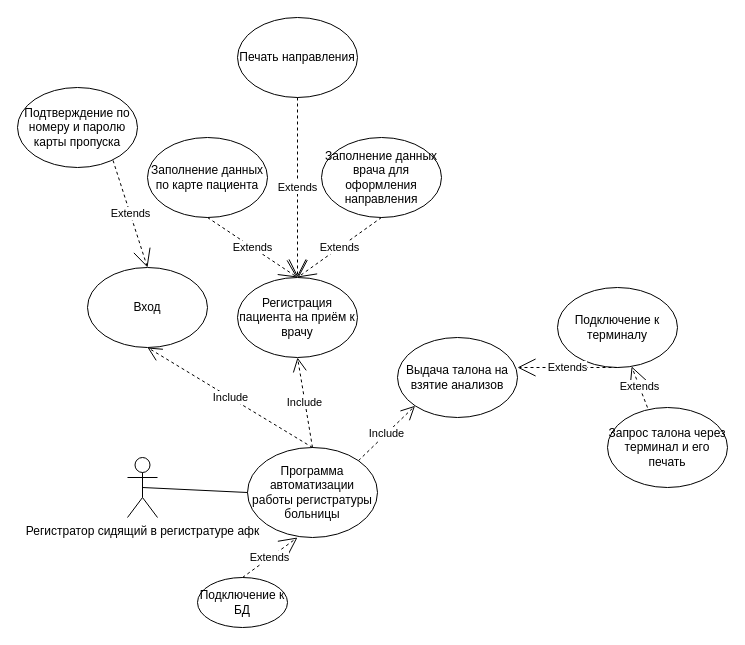
The draw.io diagram page "Page-1" (1 of 2) of ОКР ТРПО.drawio in DarkReduX/Diagrams-for-projects, before the edit. Source tidied: cells renumbered, new cells numbered last; positions are measured from the earlier drawing's top-left corner, leaving out a move shared by most shapes. Both pictures are drawn from the tidied source at 100%, with x=0, y=0 at pixel (17, 17).
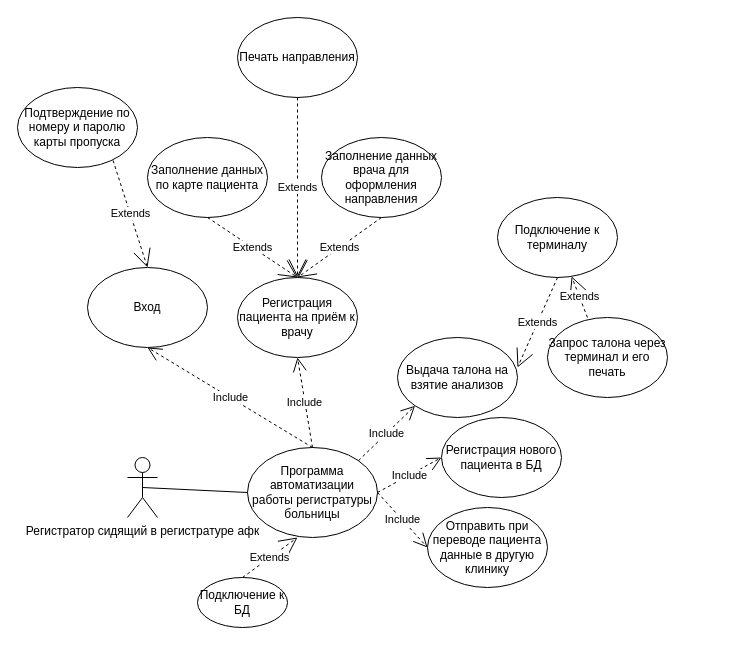
Above is the later version.

The change refers to these unchanged cells:
```xml
<mxCell id="3" value="Программа автоматизации работы регистратуры больницы" style="ellipse;whiteSpace=wrap;html=1;" parent="1" vertex="1">
  <mxGeometry x="230" y="430" width="130" height="90" as="geometry" />
</mxCell>
```

The edit, as a diff of the source:
```diff
@@
     <mxCell id="21" value="Подключение к терминалу" style="ellipse;whiteSpace=wrap;html=1;" parent="1" vertex="1">
-      <mxGeometry x="540" y="270" width="120" height="80" as="geometry" />
+      <mxGeometry x="480" y="180" width="120" height="80" as="geometry" />
     </mxCell>
@@
     <mxCell id="23" value="Запрос талона через терминал и его печать" style="ellipse;whiteSpace=wrap;html=1;" parent="1" vertex="1">
-      <mxGeometry x="590" y="390" width="120" height="80" as="geometry" />
+      <mxGeometry x="530" y="300" width="120" height="80" as="geometry" />
     </mxCell>
@@
+    <mxCell id="25" value="Регистрация нового пациента в БД" style="ellipse;whiteSpace=wrap;html=1;" parent="1" vertex="1">
+      <mxGeometry x="424" y="400" width="120" height="80" as="geometry" />
+    </mxCell>
+    <mxCell id="26" value="Include" style="endArrow=open;endSize=12;dashed=1;html=1;exitX=1;exitY=0.5;exitDx=0;exitDy=0;entryX=0;entryY=0.5;entryDx=0;entryDy=0;" parent="1" edge="1" source="3" target="25">
+      <mxGeometry relative="1" as="geometry" />
+    </mxCell>
+    <mxCell id="27" value="Include" style="endArrow=open;endSize=12;dashed=1;html=1;exitX=1;exitY=0.5;exitDx=0;exitDy=0;" parent="1" edge="1" source="3">
+      <mxGeometry relative="1" as="geometry">
+        <mxPoint x="410" y="530" as="targetPoint" />
+      </mxGeometry>
+    </mxCell>
+    <mxCell id="28" value="Отправить при переводе пациента данные в другую клинику" style="ellipse;whiteSpace=wrap;html=1;" parent="1" vertex="1">
+      <mxGeometry x="410" y="490" width="120" height="80" as="geometry" />
+    </mxCell>
```
